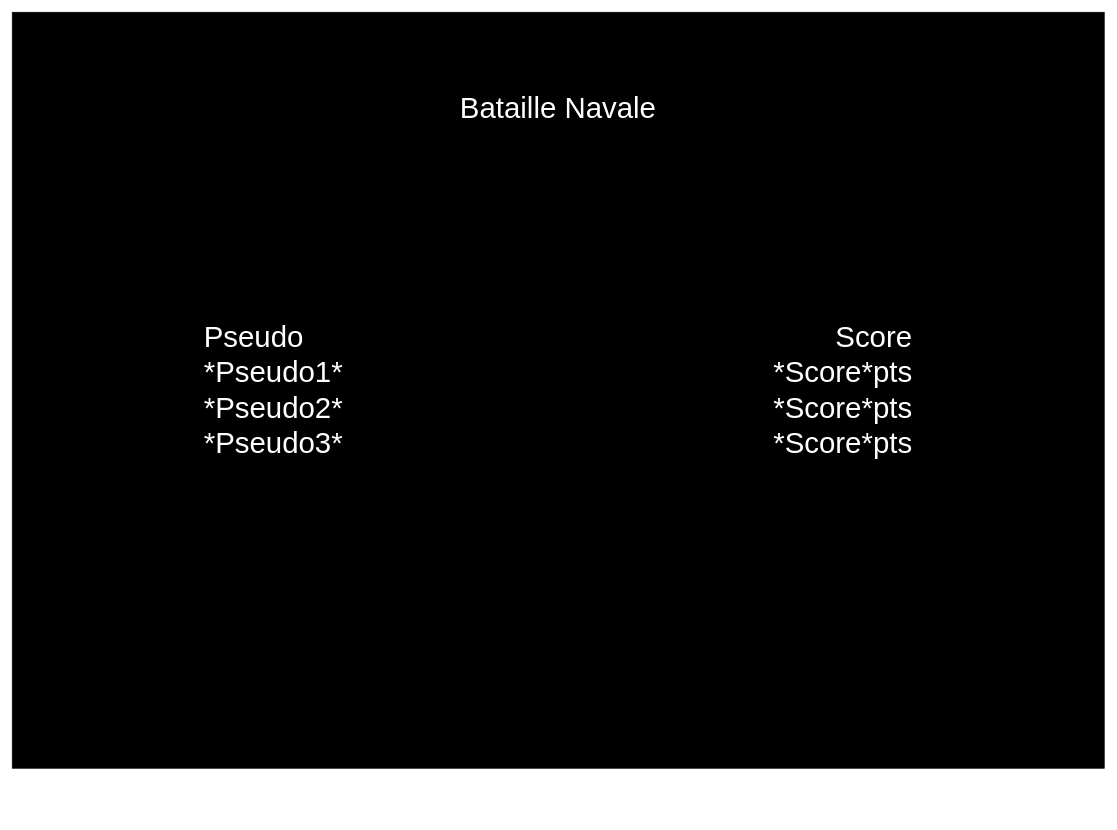
This is page "Scores" (2 of 5) of Maquette - Bataille Navale_YF.drawio from YFanha/Bataille-Navale, a draw.io file, before an edit. Source tidied: cells renumbered, new cells numbered last; positions are measured from the earlier drawing's top-left corner, leaving out a move shared by most shapes. Both pictures are drawn from the tidied source at 70%, with x=0, y=0 at pixel (12, 12).
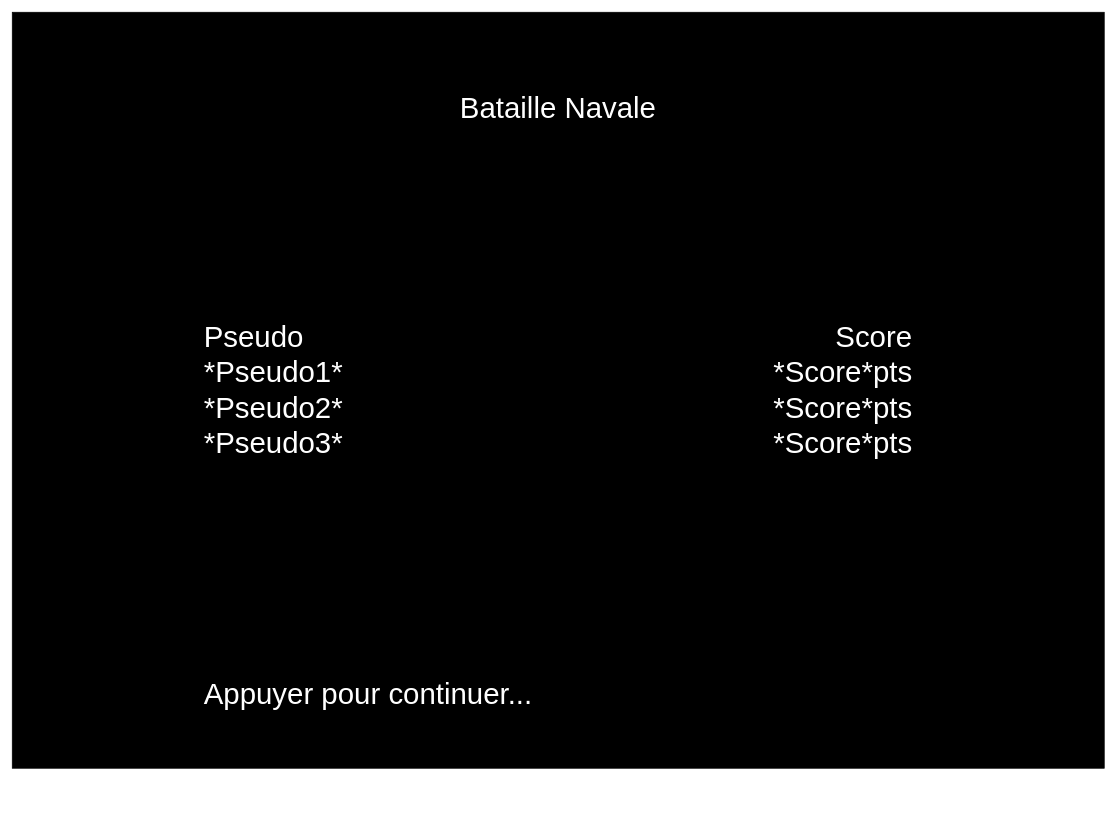
The same diagram, later.

The edit, as a diff of the source:
```diff
@@
 <mxGraphModel>
   <root>
     <mxCell id="0" />
     <mxCell id="1" parent="0" />
     <mxCell id="2" style="group;" parent="1" vertex="1">
-      <mxGeometry width="1560" height="1080" as="geometry" />
+      <mxGeometry width="1560" height="1150" as="geometry" />
     </mxCell>
     <mxCell id="3" style="rounded=0;whiteSpace=wrap;html=1;strokeColor=#000000;fillColor=#000000;" parent="2" vertex="1">
       <mxGeometry width="1560" height="1080" as="geometry" />
     </mxCell>
     <mxCell id="4" value="&lt;font style=&quot;font-size: 42px&quot; color=&quot;#ffffff&quot;&gt;Bataille Navale&lt;/font&gt;" style="text;html=1;strokeColor=none;fillColor=none;align=center;verticalAlign=middle;whiteSpace=wrap;rounded=0;" parent="2" vertex="1">
       <mxGeometry x="448.2" y="87.7" width="663.6" height="101.3" as="geometry" />
     </mxCell>
     <mxCell id="5" value="&lt;div style=&quot;font-size: 42px&quot;&gt;&lt;span style=&quot;color: rgb(255 , 255 , 255)&quot;&gt;&lt;font style=&quot;font-size: 42px&quot;&gt;Pseudo&lt;/font&gt;&lt;/span&gt;&lt;/div&gt;&lt;div style=&quot;font-size: 42px&quot;&gt;&lt;font style=&quot;font-size: 42px&quot;&gt;&lt;span style=&quot;color: rgb(255 , 255 , 255)&quot;&gt;*Pseudo1*&lt;/span&gt;&lt;span style=&quot;color: rgb(255 , 255 , 255)&quot;&gt;&lt;br&gt;&lt;/span&gt;&lt;/font&gt;&lt;/div&gt;&lt;div style=&quot;font-size: 42px&quot;&gt;&lt;font style=&quot;font-size: 42px&quot;&gt;&lt;span style=&quot;color: rgb(255 , 255 , 255)&quot;&gt;*Pseudo2*&lt;/span&gt;&lt;span style=&quot;color: rgb(255 , 255 , 255)&quot;&gt;&lt;br&gt;&lt;/span&gt;&lt;/font&gt;&lt;/div&gt;&lt;div style=&quot;font-size: 42px&quot;&gt;&lt;span style=&quot;color: rgb(255 , 255 , 255)&quot;&gt;&lt;font style=&quot;font-size: 42px&quot;&gt;*Pseudo3*&lt;/font&gt;&lt;/span&gt;&lt;span style=&quot;font-size: 22px ; color: rgb(255 , 255 , 255)&quot;&gt;&lt;br&gt;&lt;/span&gt;&lt;/div&gt;" style="text;html=1;strokeColor=none;fillColor=none;align=left;verticalAlign=middle;whiteSpace=wrap;rounded=0;" parent="2" vertex="1">
       <mxGeometry x="272.1" y="270" width="489.8" height="540" as="geometry" />
     </mxCell>
     <mxCell id="6" value="&lt;div style=&quot;font-size: 42px&quot;&gt;&lt;font style=&quot;font-size: 42px&quot;&gt;&lt;span style=&quot;color: rgb(255 , 255 , 255)&quot;&gt;Score&lt;/span&gt;&lt;br&gt;&lt;/font&gt;&lt;/div&gt;&lt;div style=&quot;font-size: 42px&quot;&gt;&lt;font style=&quot;font-size: 42px&quot;&gt;&lt;span style=&quot;color: rgb(255 , 255 , 255)&quot;&gt;*Score*pts&lt;/span&gt;&lt;span style=&quot;color: rgb(255 , 255 , 255)&quot;&gt;&lt;br&gt;&lt;/span&gt;&lt;/font&gt;&lt;/div&gt;&lt;div style=&quot;font-size: 42px&quot;&gt;&lt;font style=&quot;font-size: 42px&quot;&gt;&lt;span style=&quot;color: rgb(255 , 255 , 255)&quot;&gt;*Score*pts&lt;/span&gt;&lt;span style=&quot;color: rgb(255 , 255 , 255)&quot;&gt;&lt;br&gt;&lt;/span&gt;&lt;/font&gt;&lt;/div&gt;&lt;div style=&quot;font-size: 42px&quot;&gt;&lt;span style=&quot;color: rgb(255 , 255 , 255)&quot;&gt;&lt;font style=&quot;font-size: 42px&quot;&gt;*Score*pts&lt;/font&gt;&lt;/span&gt;&lt;span style=&quot;font-size: 22px ; color: rgb(255 , 255 , 255)&quot;&gt;&lt;br&gt;&lt;/span&gt;&lt;/div&gt;" style="text;html=1;strokeColor=none;fillColor=none;align=right;verticalAlign=middle;whiteSpace=wrap;rounded=0;" parent="2" vertex="1">
       <mxGeometry x="798.1" y="270" width="489.8" height="540" as="geometry" />
     </mxCell>
+    <mxCell id="7" value="&lt;div style=&quot;font-size: 42px&quot;&gt;&lt;font color=&quot;#ffffff&quot;&gt;Appuyer pour continuer...&lt;/font&gt;&lt;/div&gt;" style="text;html=1;strokeColor=none;fillColor=none;align=left;verticalAlign=middle;whiteSpace=wrap;rounded=0;" parent="2" vertex="1">
+      <mxGeometry x="272.1" y="940" width="489.8" height="70" as="geometry" />
+    </mxCell>
   </root>
 </mxGraphModel>
```
